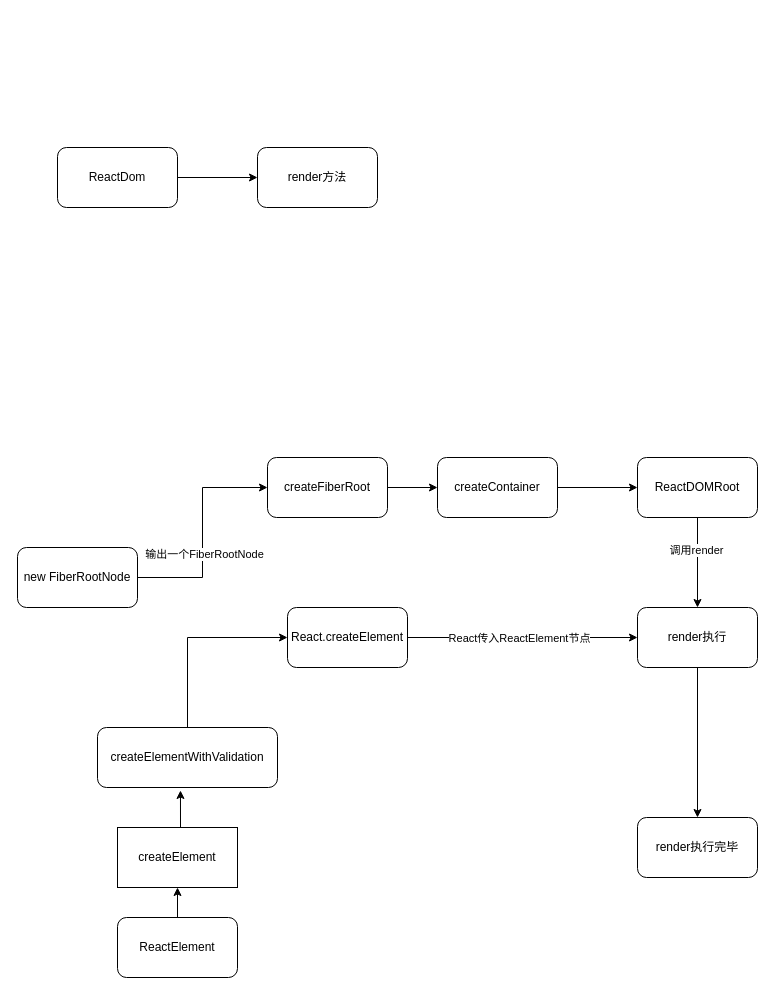
Above: React/proj/未命名绘图.drawio in linround/gitBook (draw.io), before the change. Source tidied: cells renumbered, new cells numbered last; positions are measured from the earlier drawing's top-left corner, leaving out a move shared by most shapes. Both pictures are drawn from the tidied source at 100%, with x=0, y=0 at pixel (17, 147).
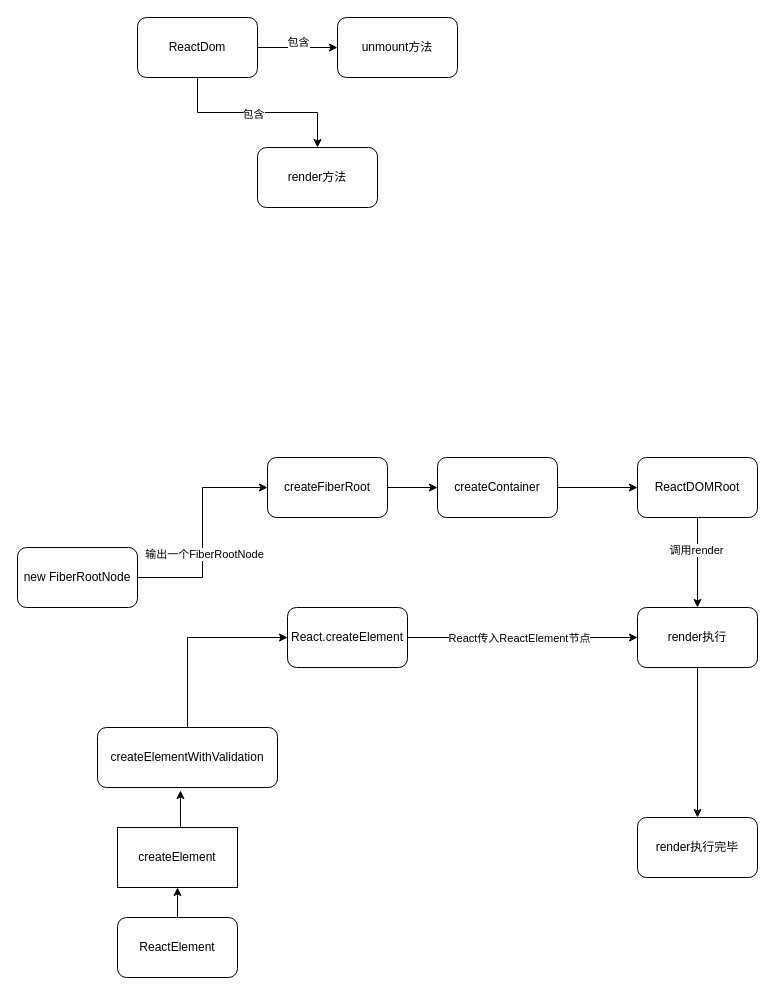
The same page after the edit.

Commit message:
更新未命名绘图.drawio

Unchanged cells that the change refers to:
```xml
<mxCell id="24" style="edgeStyle=orthogonalEdgeStyle;rounded=0;jettySize=auto;html=1;" parent="1" edge="1" source="25" target="26">
  <mxGeometry relative="1" as="geometry" />
</mxCell>
```

Diff of the diagram source:
```diff
@@
+    <mxCell id="27" value="包含" style="edgeLabel;html=1;align=center;verticalAlign=middle;" parent="24" vertex="1">
+      <mxGeometry x="-0.05" y="-1" relative="1" as="geometry" />
+    </mxCell>
+    <mxCell id="28" style="edgeStyle=orthogonalEdgeStyle;rounded=0;jettySize=auto;html=1;" parent="1" edge="1" source="25" target="30">
+      <mxGeometry relative="1" as="geometry" />
+    </mxCell>
+    <mxCell id="29" value="包含" style="edgeLabel;html=1;align=center;verticalAlign=middle;" parent="28" vertex="1">
+      <mxGeometry y="6" relative="1" as="geometry" />
+    </mxCell>
     <mxCell id="25" value="ReactDom" style="rounded=1;whiteSpace=wrap;html=1;" parent="1" vertex="1">
-      <mxGeometry x="40" width="120" height="60" as="geometry" />
+      <mxGeometry x="120" y="-130" width="120" height="60" as="geometry" />
     </mxCell>
@@
+    <mxCell id="30" value="unmount方法" style="whiteSpace=wrap;html=1;rounded=1;" parent="1" vertex="1">
+      <mxGeometry x="320" y="-130" width="120" height="60" as="geometry" />
+    </mxCell>
```
